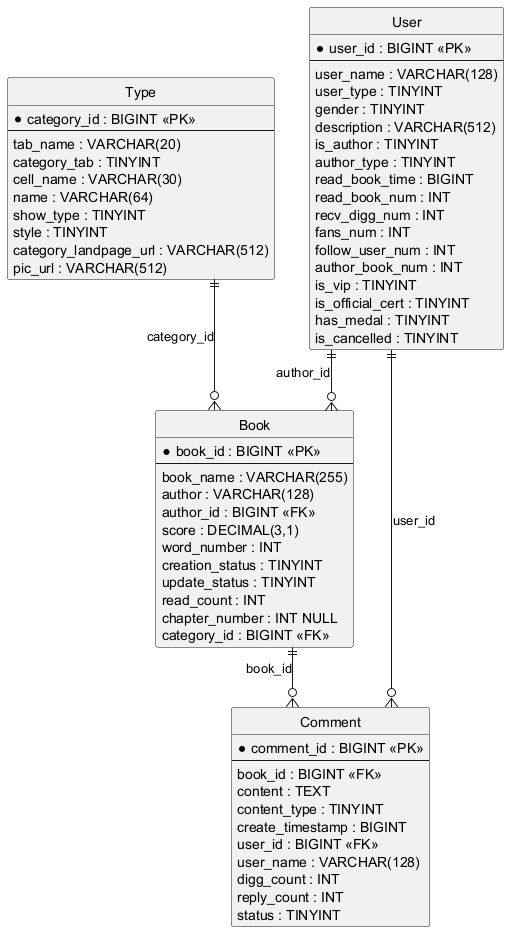
Before: projectWorkpiece/DataBase/ER.png, a diagram exported from PlantUML (2652012044/bigDataProject).
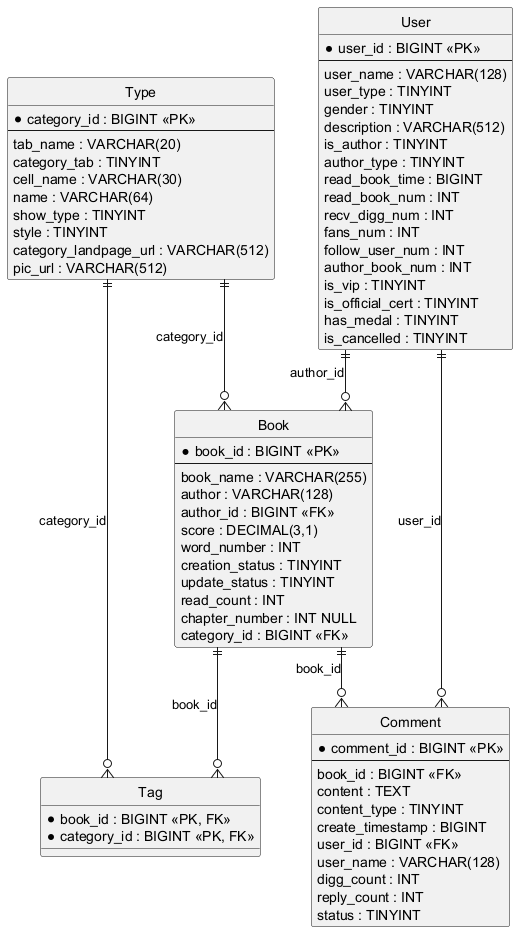
After the change.

What changed in the source:
```diff
@@ -70,9 +70,16 @@
   status : TINYINT
 }
 
+entity "Tag" as Tag {
+  * book_id : BIGINT <<PK, FK>>
+  * category_id : BIGINT <<PK, FK>>
+}
+
 Type ||--o{ Book : category_id
 User ||--o{ Book : author_id
 User ||--o{ Comment : user_id
 Book ||--o{ Comment : book_id
+Book ||--o{ Tag : book_id
+Type ||--o{ Tag : category_id
 
 @enduml
```
